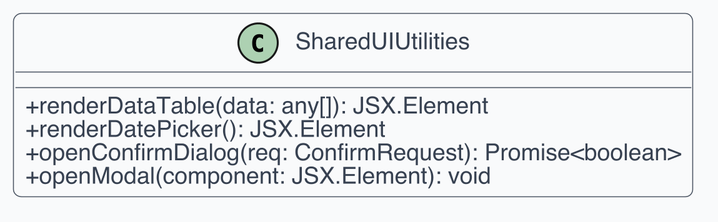
Before: src/PB/Documentazione Esterna/Contenuti/componenti_specifiche_tecniche/assets/uml_frontend/28_shareduiutilities.png, a diagram exported from PlantUML (swenightpro/Documentazione). Its diagram source:
```plantuml
@startuml
!include _style.iuml
class SharedUIUtilities {
  +renderDataTable(data: any[]): JSX.Element
  +renderDatePicker(): JSX.Element
  +openConfirmDialog(req: ConfirmRequest): Promise<boolean>
  +openModal(component: JSX.Element): void
}
@enduml
```
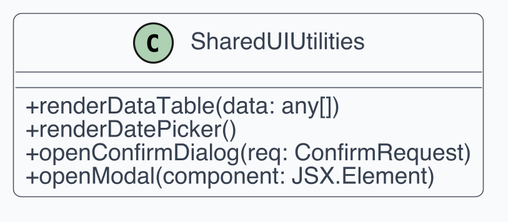
Above is the later version.

What changed in the source:
```diff
@@ -1,9 +1,25 @@
 @startuml
-!include _style.iuml
-class SharedUIUtilities {
-  +renderDataTable(data: any[]): JSX.Element
-  +renderDatePicker(): JSX.Element
-  +openConfirmDialog(req: ConfirmRequest): Promise<boolean>
-  +openModal(component: JSX.Element): void
+skinparam dpi 300
+skinparam shadowing false
+skinparam backgroundColor White
+skinparam defaultFontName Helvetica
+skinparam defaultFontSize 12
+skinparam ArrowColor #4B5563
+skinparam ArrowThickness 1
+skinparam roundcorner 8
+skinparam class {
+  BackgroundColor #F9FAFB
+  BorderColor #4B5563
+  FontColor #111827
+  AttributeFontColor #374151
+  StereotypeFontColor #6B7280
+}
+skinparam classAttributeIconSize 0
+
+class "SharedUIUtilities" as C1 {
+  + renderDataTable(data: any[])
+  + renderDatePicker()
+  + openConfirmDialog(req: ConfirmRequest)
+  + openModal(component: JSX.Element)
 }
 @enduml
```
